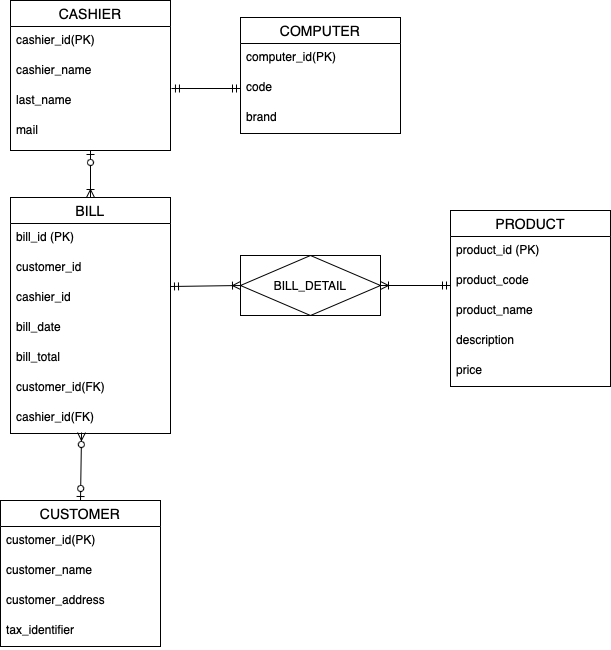
This is Diagrama sin título.drawio.png from a-marian/mapping-jpa, a draw.io export, as it was before one commit. Source tidied: cells renumbered, new cells last; positions are measured from the earlier drawing's top-left corner, leaving out a move shared by most shapes.
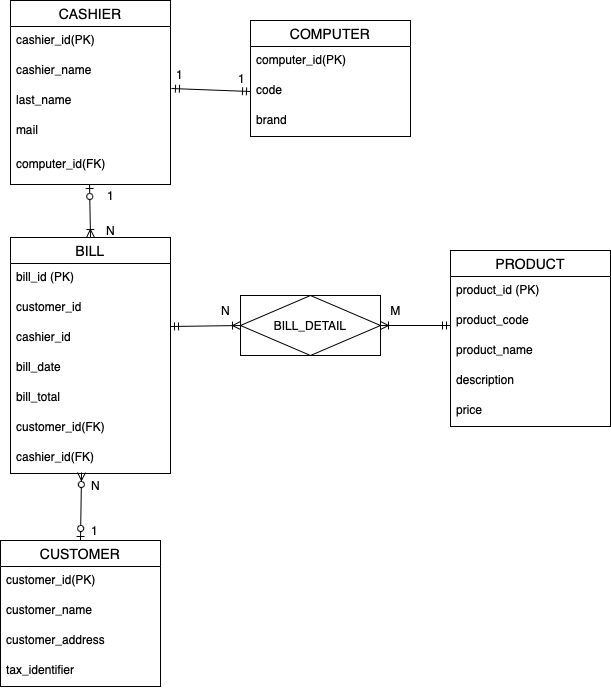
Later version of the same file.

Diff of the diagram source:
```diff
@@ -56,7 +56,7 @@
       </mxGeometry>
     </mxCell>
     <mxCell id="19" value="CASHIER" style="swimlane;fontStyle=0;horizontal=1;startSize=26;align=center;fontSize=14;" parent="1" vertex="1">
-      <mxGeometry x="10" width="160" height="150" as="geometry" />
+      <mxGeometry x="10" y="-40" width="160" height="184" as="geometry" />
     </mxCell>
     <mxCell id="20" value="cashier_id(PK)" style="text;strokeColor=none;fillColor=none;spacingLeft=4;spacingRight=4;overflow=hidden;fontSize=12;whiteSpace=wrap;html=1;" parent="19" vertex="1">
       <mxGeometry y="26" width="160" height="30" as="geometry" />
@@ -70,10 +70,11 @@
     <mxCell id="23" value="mail" style="text;strokeColor=none;fillColor=none;spacingLeft=4;spacingRight=4;overflow=hidden;fontSize=12;whiteSpace=wrap;html=1;" parent="19" vertex="1">
       <mxGeometry y="116" width="160" height="34" as="geometry" />
     </mxCell>
+    <mxCell id="36" value="computer_id(FK)" style="text;strokeColor=none;fillColor=none;spacingLeft=4;spacingRight=4;overflow=hidden;points=[[0,0.5],[1,0.5]];portConstraint=eastwest;fontSize=12;whiteSpace=wrap;html=1;" parent="19" vertex="1">
+      <mxGeometry y="150" width="160" height="34" as="geometry" />
+    </mxCell>
-    <mxCell id="24" style="fontSize=12;html=1;endArrow=ERoneToMany;startArrow=ERzeroToOne;rounded=0;entryX=0.5;entryY=0;entryDx=0;entryDy=0;" parent="1" edge="1" target="2">
-      <mxGeometry relative="1" as="geometry">
-        <mxPoint x="90" y="150" as="sourcePoint" />
-      </mxGeometry>
+    <mxCell id="24" style="fontSize=12;html=1;endArrow=ERoneToMany;startArrow=ERzeroToOne;rounded=0;entryX=0.5;entryY=0;entryDx=0;entryDy=0;exitX=0.494;exitY=1;exitDx=0;exitDy=0;exitPerimeter=0;" parent="1" edge="1" source="36" target="2">
+      <mxGeometry relative="1" as="geometry" />
     </mxCell>
     <mxCell id="25" value="CUSTOMER" style="swimlane;fontStyle=0;horizontal=1;startSize=26;align=center;fontSize=14;" parent="1" vertex="1">
       <mxGeometry y="500" width="160" height="146" as="geometry" />
@@ -94,7 +95,7 @@
       <mxGeometry relative="1" as="geometry" />
     </mxCell>
     <mxCell id="31" value="COMPUTER" style="swimlane;fontStyle=0;horizontal=1;startSize=26;align=center;fontSize=14;" parent="1" vertex="1">
-      <mxGeometry x="240" y="17" width="160" height="116" as="geometry" />
+      <mxGeometry x="250" y="-20" width="160" height="116" as="geometry" />
     </mxCell>
     <mxCell id="32" value="computer_id(PK)" style="text;strokeColor=none;fillColor=none;spacingLeft=4;spacingRight=4;overflow=hidden;fontSize=12;whiteSpace=wrap;html=1;" parent="31" vertex="1">
       <mxGeometry y="26" width="160" height="30" as="geometry" />
@@ -108,5 +109,29 @@
     <mxCell id="35" style="fontSize=12;html=1;endArrow=ERmandOne;startArrow=ERmandOne;rounded=0;exitX=1.006;exitY=0.067;exitDx=0;exitDy=0;exitPerimeter=0;entryX=0;entryY=0.5;entryDx=0;entryDy=0;" parent="1" edge="1" source="22" target="33">
       <mxGeometry relative="1" as="geometry" />
     </mxCell>
+    <mxCell id="37" value="N" style="text;html=1;align=center;verticalAlign=middle;strokeColor=none;fillColor=none;" parent="1" vertex="1">
+      <mxGeometry x="210" y="255" width="30" height="30" as="geometry" />
+    </mxCell>
+    <mxCell id="38" value="M" style="text;html=1;align=center;verticalAlign=middle;strokeColor=none;fillColor=none;" parent="1" vertex="1">
+      <mxGeometry x="380" y="255" width="30" height="30" as="geometry" />
+    </mxCell>
+    <mxCell id="39" value="1" style="text;html=1;align=center;verticalAlign=middle;strokeColor=none;fillColor=none;" parent="1" vertex="1">
+      <mxGeometry x="79" y="475" width="30" height="30" as="geometry" />
+    </mxCell>
+    <mxCell id="40" value="N" style="text;html=1;align=center;verticalAlign=middle;strokeColor=none;fillColor=none;" parent="1" vertex="1">
+      <mxGeometry x="80" y="430" width="30" height="30" as="geometry" />
+    </mxCell>
+    <mxCell id="41" value="N" style="text;html=1;align=center;verticalAlign=middle;strokeColor=none;fillColor=none;" parent="1" vertex="1">
+      <mxGeometry x="95" y="175" width="30" height="30" as="geometry" />
+    </mxCell>
+    <mxCell id="42" value="1" style="text;html=1;align=center;verticalAlign=middle;strokeColor=none;fillColor=none;" parent="1" vertex="1">
+      <mxGeometry x="95" y="140" width="30" height="30" as="geometry" />
+    </mxCell>
+    <mxCell id="43" value="1" style="text;html=1;align=center;verticalAlign=middle;strokeColor=none;fillColor=none;" parent="1" vertex="1">
+      <mxGeometry x="164" y="19" width="30" height="30" as="geometry" />
+    </mxCell>
+    <mxCell id="44" value="1" style="text;html=1;align=center;verticalAlign=middle;strokeColor=none;fillColor=none;" parent="1" vertex="1">
+      <mxGeometry x="226" y="23" width="30" height="30" as="geometry" />
+    </mxCell>
   </root>
 </mxGraphModel>
```
